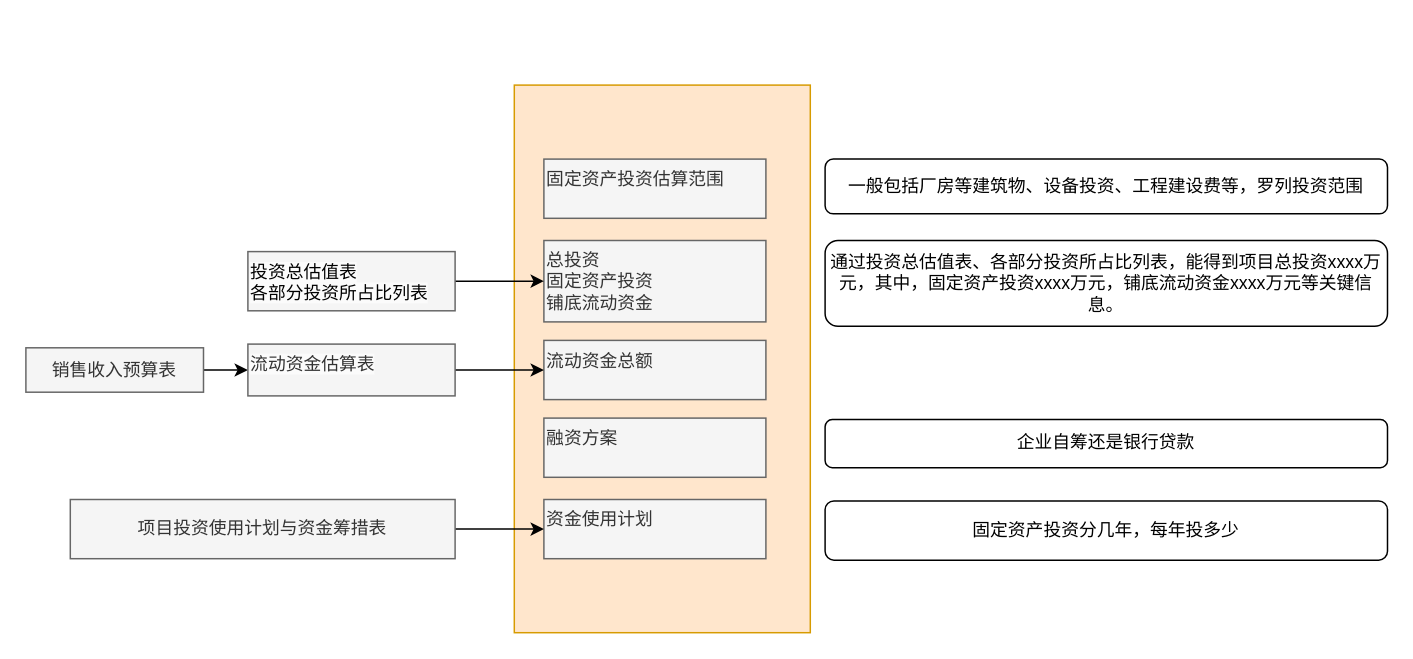
Yatttin/attention-nmt keeps this draw.io diagram as page "Page-2" (2 of 2) of Untitled Diagram.drawio. Above is the earlier version. Source tidied: cells renumbered, new cells numbered last; positions are measured from the earlier drawing's top-left corner, leaving out a move shared by most shapes. Both pictures are drawn from the tidied source at 148%, with x=0, y=0 at pixel (25, 84).
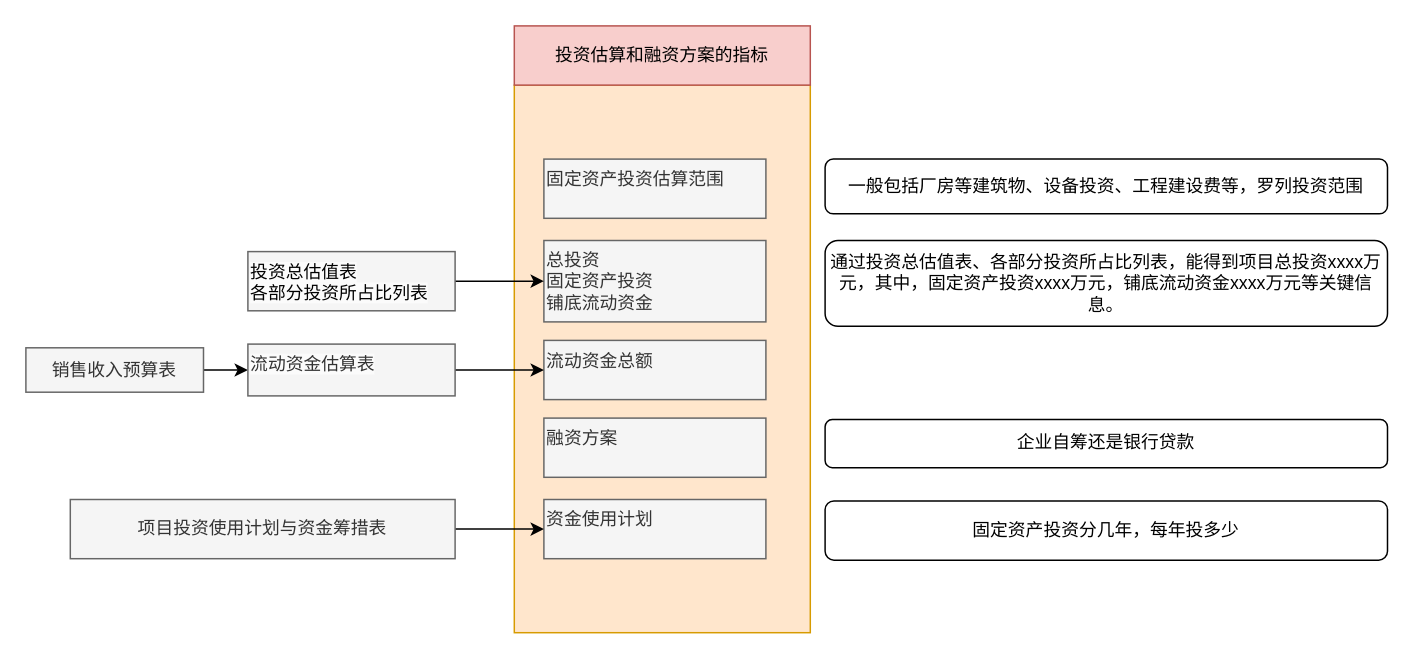
The same page after the edit.

What changed in the source:
```diff
@@
+    <mxCell id="20" value="投资估算和融资方案的指标" style="rounded=0;whiteSpace=wrap;html=1;fillColor=#f8cecc;strokeColor=#b85450;" parent="1" vertex="1">
+      <mxGeometry x="330" y="-40" width="200" height="40" as="geometry" />
+    </mxCell>
```
